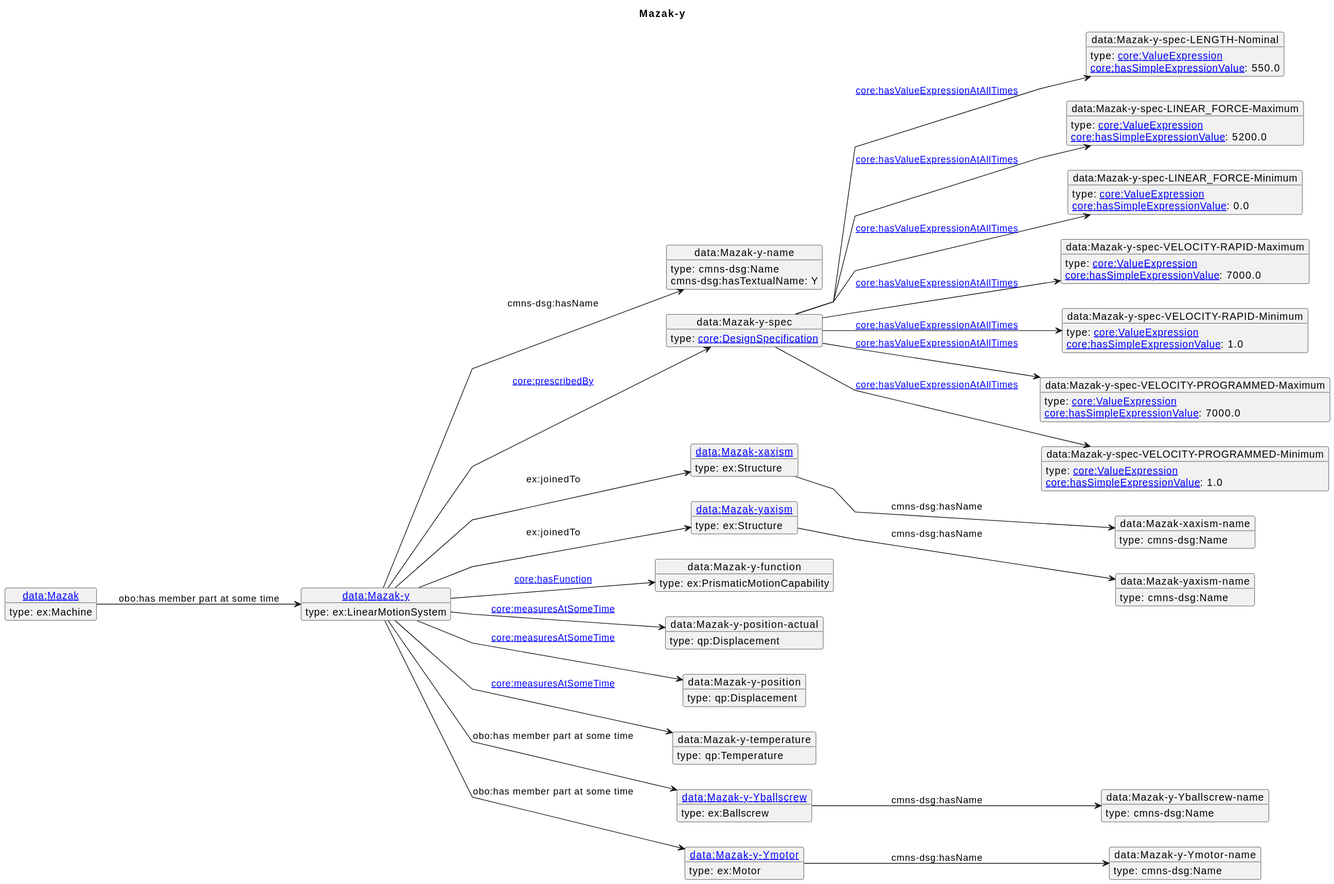
Earlier version of the PlantUML export diagrams/Mazak-y.svg (iofoundry/example-syseng-mtconnect). Source of this version:
```plantuml
@startuml
skinparam linetype polyline
left to right direction
title Mazak-y
object "[[./Mazak-y.html data:Mazak-y]]" as o1 {
 type: ex:LinearMotionSystem
}
object "data:Mazak-y-name" as o2 {
 type: cmns-dsg:Name
}
object "data:Mazak-y-spec" as o3 {
 type: [[https://spec.industrialontologies.org/ontology/core/Core/DesignSpecification core:DesignSpecification]]
}
object "data:Mazak-y-spec-LENGTH-Nominal" as o4 {
 type: [[https://spec.industrialontologies.org/ontology/core/Core/ValueExpression core:ValueExpression]]
}
object "data:Mazak-y-spec-LINEAR_FORCE-Maximum" as o5 {
 type: [[https://spec.industrialontologies.org/ontology/core/Core/ValueExpression core:ValueExpression]]
}
object "data:Mazak-y-spec-LINEAR_FORCE-Minimum" as o6 {
 type: [[https://spec.industrialontologies.org/ontology/core/Core/ValueExpression core:ValueExpression]]
}
object "data:Mazak-y-spec-VELOCITY-RAPID-Maximum" as o7 {
 type: [[https://spec.industrialontologies.org/ontology/core/Core/ValueExpression core:ValueExpression]]
}
object "data:Mazak-y-spec-VELOCITY-RAPID-Minimum" as o8 {
 type: [[https://spec.industrialontologies.org/ontology/core/Core/ValueExpression core:ValueExpression]]
}
object "data:Mazak-y-spec-VELOCITY-PROGRAMMED-Maximum" as o9 {
 type: [[https://spec.industrialontologies.org/ontology/core/Core/ValueExpression core:ValueExpression]]
}
object "data:Mazak-y-spec-VELOCITY-PROGRAMMED-Minimum" as o10 {
 type: [[https://spec.industrialontologies.org/ontology/core/Core/ValueExpression core:ValueExpression]]
}
object "[[./Mazak-xaxism.html data:Mazak-xaxism]]" as o11 {
 type: ex:Structure
}
object "data:Mazak-xaxism-name" as o12 {
 type: cmns-dsg:Name
}
object "[[./Mazak-yaxism.html data:Mazak-yaxism]]" as o13 {
 type: ex:Structure
}
object "data:Mazak-yaxism-name" as o14 {
 type: cmns-dsg:Name
}
object "data:Mazak-y-function" as o15 {
 type: ex:PrismaticMotionCapability
}
object "data:Mazak-y-position-actual" as o16 {
 type: qp:Displacement
}
object "data:Mazak-y-position" as o17 {
 type: qp:Displacement
}
object "data:Mazak-y-temperature" as o18 {
 type: qp:Temperature
}
object "[[./Mazak-y-Yballscrew.html data:Mazak-y-Yballscrew]]" as o19 {
 type: ex:Ballscrew
}
object "data:Mazak-y-Yballscrew-name" as o20 {
 type: cmns-dsg:Name
}
object "[[./Mazak-y-Ymotor.html data:Mazak-y-Ymotor]]" as o21 {
 type: ex:Motor
}
object "data:Mazak-y-Ymotor-name" as o22 {
 type: cmns-dsg:Name
}
object "[[./Mazak.html data:Mazak]]" as o23 {
 type: ex:Machine
}
o1 --> o2 : cmns-dsg:hasName
o2 : cmns-dsg:hasTextualName: Y
o1 --> o3 : [[https://spec.industrialontologies.org/ontology/core/Core/prescribedBy core:prescribedBy]]
o3 --> o4 : [[https://spec.industrialontologies.org/ontology/core/Core/hasValueExpressionAtAllTimes core:hasValueExpressionAtAllTimes]]
o4 : [[https://spec.industrialontologies.org/ontology/core/Core/hasSimpleExpressionValue core:hasSimpleExpressionValue]]: 550.0
o3 --> o5 : [[https://spec.industrialontologies.org/ontology/core/Core/hasValueExpressionAtAllTimes core:hasValueExpressionAtAllTimes]]
o5 : [[https://spec.industrialontologies.org/ontology/core/Core/hasSimpleExpressionValue core:hasSimpleExpressionValue]]: 5200.0
o3 --> o6 : [[https://spec.industrialontologies.org/ontology/core/Core/hasValueExpressionAtAllTimes core:hasValueExpressionAtAllTimes]]
o6 : [[https://spec.industrialontologies.org/ontology/core/Core/hasSimpleExpressionValue core:hasSimpleExpressionValue]]: 0.0
o3 --> o7 : [[https://spec.industrialontologies.org/ontology/core/Core/hasValueExpressionAtAllTimes core:hasValueExpressionAtAllTimes]]
o7 : [[https://spec.industrialontologies.org/ontology/core/Core/hasSimpleExpressionValue core:hasSimpleExpressionValue]]: 7000.0
o3 --> o8 : [[https://spec.industrialontologies.org/ontology/core/Core/hasValueExpressionAtAllTimes core:hasValueExpressionAtAllTimes]]
o8 : [[https://spec.industrialontologies.org/ontology/core/Core/hasSimpleExpressionValue core:hasSimpleExpressionValue]]: 1.0
o3 --> o9 : [[https://spec.industrialontologies.org/ontology/core/Core/hasValueExpressionAtAllTimes core:hasValueExpressionAtAllTimes]]
o9 : [[https://spec.industrialontologies.org/ontology/core/Core/hasSimpleExpressionValue core:hasSimpleExpressionValue]]: 7000.0
o3 --> o10 : [[https://spec.industrialontologies.org/ontology/core/Core/hasValueExpressionAtAllTimes core:hasValueExpressionAtAllTimes]]
o10 : [[https://spec.industrialontologies.org/ontology/core/Core/hasSimpleExpressionValue core:hasSimpleExpressionValue]]: 1.0
o1 --> o11 : ex:joinedTo
o11 --> o12 : cmns-dsg:hasName
o1 --> o13 : ex:joinedTo
o13 --> o14 : cmns-dsg:hasName
o1 --> o15 : [[https://spec.industrialontologies.org/ontology/core/Core/hasFunction core:hasFunction]]
o1 --> o16 : [[https://spec.industrialontologies.org/ontology/core/Core/measuresAtSomeTime core:measuresAtSomeTime]]
o1 --> o17 : [[https://spec.industrialontologies.org/ontology/core/Core/measuresAtSomeTime core:measuresAtSomeTime]]
o1 --> o18 : [[https://spec.industrialontologies.org/ontology/core/Core/measuresAtSomeTime core:measuresAtSomeTime]]
o1 --> o19 : obo:has member part at some time
o19 --> o20 : cmns-dsg:hasName
o1 --> o21 : obo:has member part at some time
o21 --> o22 : cmns-dsg:hasName
o23 --> o1 : obo:has member part at some time
@enduml
```
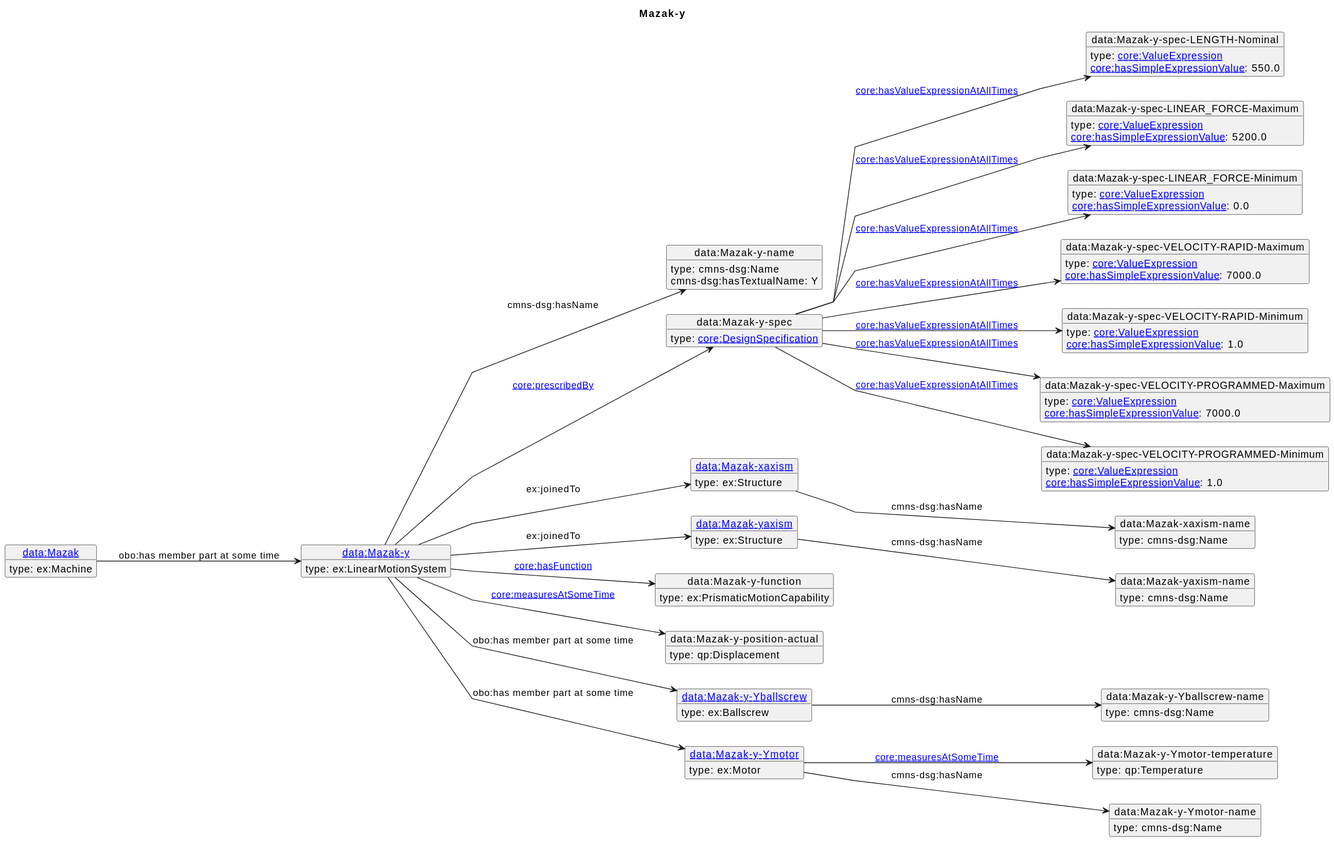
Later version of the same file.

Diff of the diagram source:
```diff
@@ -50,25 +50,22 @@
 object "data:Mazak-y-position-actual" as o16 {
  type: qp:Displacement
 }
-object "data:Mazak-y-position" as o17 {
- type: qp:Displacement
+object "[[./Mazak-y-Yballscrew.html data:Mazak-y-Yballscrew]]" as o17 {
+ type: ex:Ballscrew
 }
-object "data:Mazak-y-temperature" as o18 {
+object "data:Mazak-y-Yballscrew-name" as o18 {
+ type: cmns-dsg:Name
+}
+object "[[./Mazak-y-Ymotor.html data:Mazak-y-Ymotor]]" as o19 {
+ type: ex:Motor
+}
+object "data:Mazak-y-Ymotor-temperature" as o20 {
  type: qp:Temperature
 }
-object "[[./Mazak-y-Yballscrew.html data:Mazak-y-Yballscrew]]" as o19 {
- type: ex:Ballscrew
-}
-object "data:Mazak-y-Yballscrew-name" as o20 {
+object "data:Mazak-y-Ymotor-name" as o21 {
  type: cmns-dsg:Name
 }
-object "[[./Mazak-y-Ymotor.html data:Mazak-y-Ymotor]]" as o21 {
- type: ex:Motor
-}
-object "data:Mazak-y-Ymotor-name" as o22 {
- type: cmns-dsg:Name
-}
-object "[[./Mazak.html data:Mazak]]" as o23 {
+object "[[./Mazak.html data:Mazak]]" as o22 {
  type: ex:Machine
 }
 o1 --> o2 : cmns-dsg:hasName
@@ -94,11 +91,10 @@
 o13 --> o14 : cmns-dsg:hasName
 o1 --> o15 : [[https://spec.industrialontologies.org/ontology/core/Core/hasFunction core:hasFunction]]
 o1 --> o16 : [[https://spec.industrialontologies.org/ontology/core/Core/measuresAtSomeTime core:measuresAtSomeTime]]
-o1 --> o17 : [[https://spec.industrialontologies.org/ontology/core/Core/measuresAtSomeTime core:measuresAtSomeTime]]
-o1 --> o18 : [[https://spec.industrialontologies.org/ontology/core/Core/measuresAtSomeTime core:measuresAtSomeTime]]
+o1 --> o17 : obo:has member part at some time
+o17 --> o18 : cmns-dsg:hasName
 o1 --> o19 : obo:has member part at some time
-o19 --> o20 : cmns-dsg:hasName
-o1 --> o21 : obo:has member part at some time
-o21 --> o22 : cmns-dsg:hasName
-o23 --> o1 : obo:has member part at some time
+o19 --> o20 : [[https://spec.industrialontologies.org/ontology/core/Core/measuresAtSomeTime core:measuresAtSomeTime]]
+o19 --> o21 : cmns-dsg:hasName
+o22 --> o1 : obo:has member part at some time
 @enduml
```
